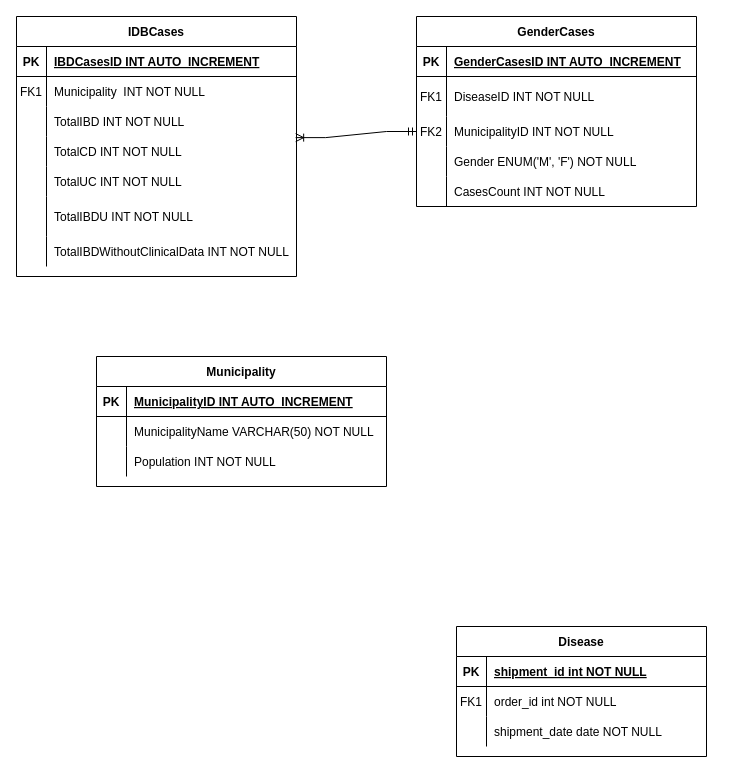
This is Assignment XIV - Final Project.drawio from Katt9/Database-Design-for-Information-Organizations, a draw.io file, before an edit. Source tidied: cells renumbered, new cells numbered last; positions are measured from the earlier drawing's top-left corner, leaving out a move shared by most shapes. Both pictures are drawn from the tidied source at 100%, with x=0, y=0 at pixel (16, 16).
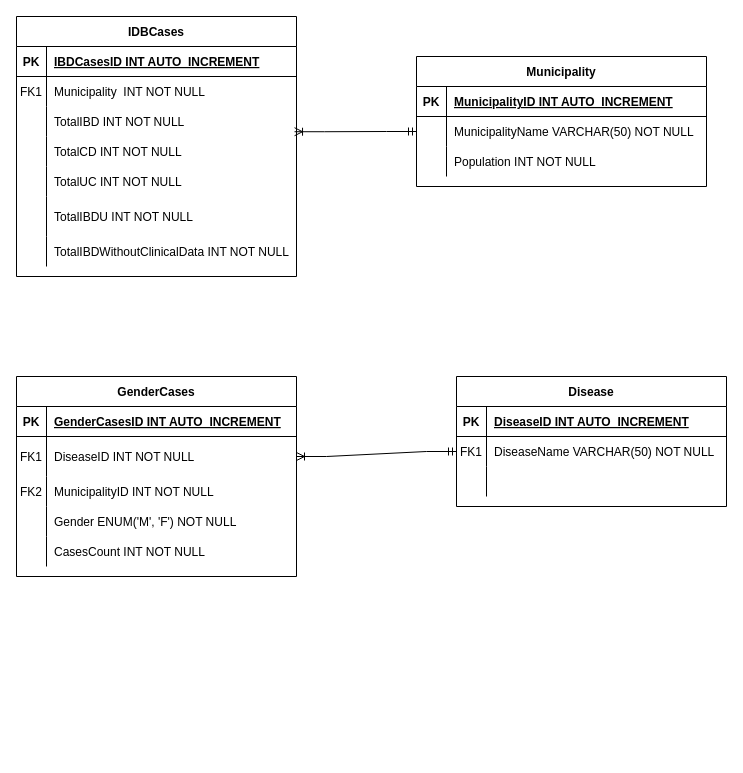
Above is the later version.

Unchanged cells that the change refers to:
```xml
<mxCell id="19" style="shape=partialRectangle;fillColor=none;points=[[0,0.5],[1,0.5]];portConstraint=eastwest;top=0;left=0;right=0;bottom=0;" parent="12" vertex="1">
  <mxGeometry y="90" width="280" height="30" as="geometry" />
</mxCell>
<mxCell id="38" style="shape=partialRectangle;fillColor=none;points=[[0,0.5],[1,0.5]];portConstraint=eastwest;top=0;left=0;right=0;bottom=0;" parent="34" vertex="1">
  <mxGeometry y="60" width="290" height="30" as="geometry" />
</mxCell>
<mxCell id="49" style="shape=partialRectangle;fillColor=none;points=[[0,0.5],[1,0.5]];portConstraint=eastwest;top=0;left=0;right=0;bottom=0;" parent="45" vertex="1">
  <mxGeometry y="60" width="280" height="40" as="geometry" />
</mxCell>
<mxCell id="52" style="shape=partialRectangle;fillColor=none;points=[[0,0.5],[1,0.5]];portConstraint=eastwest;top=0;left=0;right=0;bottom=0;" parent="45" vertex="1">
  <mxGeometry y="100" width="280" height="30" as="geometry" />
</mxCell>
```

Change to the diagram source:
```diff
@@
     <mxCell id="2" value="Disease" style="shape=table;startSize=30;childLayout=tableLayout;rowLines=0;fontStyle=1;align=center;" parent="1" vertex="1">
-      <mxGeometry x="440" y="610" width="250" height="130" as="geometry" />
+      <mxGeometry x="440" y="360" width="270" height="130" as="geometry" />
     </mxCell>
     <mxCell id="3" style="shape=partialRectangle;fillColor=none;top=0;left=0;right=0;bottom=1;" parent="2" vertex="1">
-      <mxGeometry y="30" width="250" height="30" as="geometry" />
+      <mxGeometry y="30" width="270" height="30" as="geometry" />
     </mxCell>
@@
-    <mxCell id="5" value="shipment_id int NOT NULL " style="shape=partialRectangle;overflow=hidden;fillColor=none;top=0;left=0;bottom=0;right=0;align=left;spacingLeft=6;fontStyle=5;" parent="3" vertex="1">
-      <mxGeometry x="30" width="220" height="30" as="geometry" />
+    <mxCell id="5" value="DiseaseID INT AUTO_INCREMENT" style="shape=partialRectangle;overflow=hidden;fillColor=none;top=0;left=0;bottom=0;right=0;align=left;spacingLeft=6;fontStyle=5;" parent="3" vertex="1">
+      <mxGeometry x="30" width="240" height="30" as="geometry" />
     </mxCell>
+    <mxCell id="61" style="shape=partialRectangle;fillColor=none;points=[[0,0.5],[1,0.5]];portConstraint=eastwest;top=0;left=0;right=0;bottom=0;" parent="2" vertex="1">
+      <mxGeometry y="60" width="270" height="30" as="geometry" />
+    </mxCell>
+    <mxCell id="62" value="FK1" style="shape=partialRectangle;overflow=hidden;fillColor=none;top=0;left=0;bottom=0;right=0;" parent="61" vertex="1">
+      <mxGeometry width="30" height="30" as="geometry" />
+    </mxCell>
+    <mxCell id="63" value="DiseaseName VARCHAR(50) NOT NULL" style="shape=partialRectangle;overflow=hidden;fillColor=none;top=0;left=0;bottom=0;right=0;align=left;spacingLeft=6;" parent="61" vertex="1">
+      <mxGeometry x="30" width="240" height="30" as="geometry" />
+    </mxCell>
     <mxCell id="6" style="shape=partialRectangle;fillColor=none;top=0;left=0;right=0;bottom=0;" parent="2" vertex="1">
-      <mxGeometry y="60" width="250" height="30" as="geometry" />
+      <mxGeometry y="90" width="270" height="30" as="geometry" />
     </mxCell>
-    <mxCell id="7" value="FK1" style="shape=partialRectangle;overflow=hidden;fillColor=none;top=0;left=0;bottom=0;right=0;" parent="6" vertex="1">
+    <mxCell id="7" style="shape=partialRectangle;overflow=hidden;fillColor=none;top=0;left=0;bottom=0;right=0;" parent="6" vertex="1">
       <mxGeometry width="30" height="30" as="geometry" />
     </mxCell>
-    <mxCell id="8" value="order_id int NOT NULL" style="shape=partialRectangle;overflow=hidden;fillColor=none;top=0;left=0;bottom=0;right=0;align=left;spacingLeft=6;" parent="6" vertex="1">
-      <mxGeometry x="30" width="220" height="30" as="geometry" />
+    <mxCell id="8" style="shape=partialRectangle;overflow=hidden;fillColor=none;top=0;left=0;bottom=0;right=0;align=left;spacingLeft=6;" parent="6" vertex="1">
+      <mxGeometry x="30" width="240" height="30" as="geometry" />
     </mxCell>
-    <mxCell id="9" style="shape=partialRectangle;fillColor=none;top=0;left=0;right=0;bottom=0;" parent="2" vertex="1">
-      <mxGeometry y="90" width="250" height="30" as="geometry" />
-    </mxCell>
-    <mxCell id="10" style="shape=partialRectangle;overflow=hidden;fillColor=none;top=0;left=0;bottom=0;right=0;" parent="9" vertex="1">
-      <mxGeometry width="30" height="30" as="geometry" />
-    </mxCell>
-    <mxCell id="11" value="shipment_date date NOT NULL" style="shape=partialRectangle;overflow=hidden;fillColor=none;top=0;left=0;bottom=0;right=0;align=left;spacingLeft=6;" parent="9" vertex="1">
-      <mxGeometry x="30" width="220" height="30" as="geometry" />
-    </mxCell>
@@
     <mxCell id="34" value="Municipality" style="shape=table;startSize=30;childLayout=tableLayout;rowLines=0;fontStyle=1;align=center;" parent="1" vertex="1">
-      <mxGeometry x="80" y="340" width="290" height="130" as="geometry" />
+      <mxGeometry x="400" y="40" width="290" height="130" as="geometry" />
     </mxCell>
@@
-    <mxCell id="44" style="edgeStyle=entityRelationEdgeStyle;fontSize=12;html=1;endArrow=ERoneToMany;startArrow=ERmandOne;rounded=0;entryX=0.997;entryY=1.037;entryDx=0;entryDy=0;exitX=0;exitY=0.5;exitDx=0;exitDy=0;entryPerimeter=0;" parent="1" edge="1" source="52" target="19">
+    <mxCell id="44" style="edgeStyle=entityRelationEdgeStyle;fontSize=12;html=1;endArrow=ERoneToMany;startArrow=ERmandOne;rounded=0;entryX=0.993;entryY=0.841;entryDx=0;entryDy=0;entryPerimeter=0;exitX=0;exitY=0.5;exitDx=0;exitDy=0;" parent="1" edge="1" source="38" target="19">
       <mxGeometry relative="1" as="geometry" />
     </mxCell>
     <mxCell id="45" value="GenderCases" style="shape=table;startSize=30;childLayout=tableLayout;rowLines=0;fontStyle=1;align=center;" parent="1" vertex="1">
-      <mxGeometry x="400" width="280" height="190" as="geometry" />
+      <mxGeometry y="360" width="280" height="200" as="geometry" />
     </mxCell>
@@
+    <mxCell id="64" style="edgeStyle=entityRelationEdgeStyle;fontSize=12;html=1;endArrow=ERoneToMany;startArrow=ERmandOne;rounded=0;entryX=1;entryY=0.5;entryDx=0;entryDy=0;exitX=0;exitY=0.5;exitDx=0;exitDy=0;" parent="1" edge="1" source="61" target="49">
+      <mxGeometry relative="1" as="geometry" />
+    </mxCell>
```
